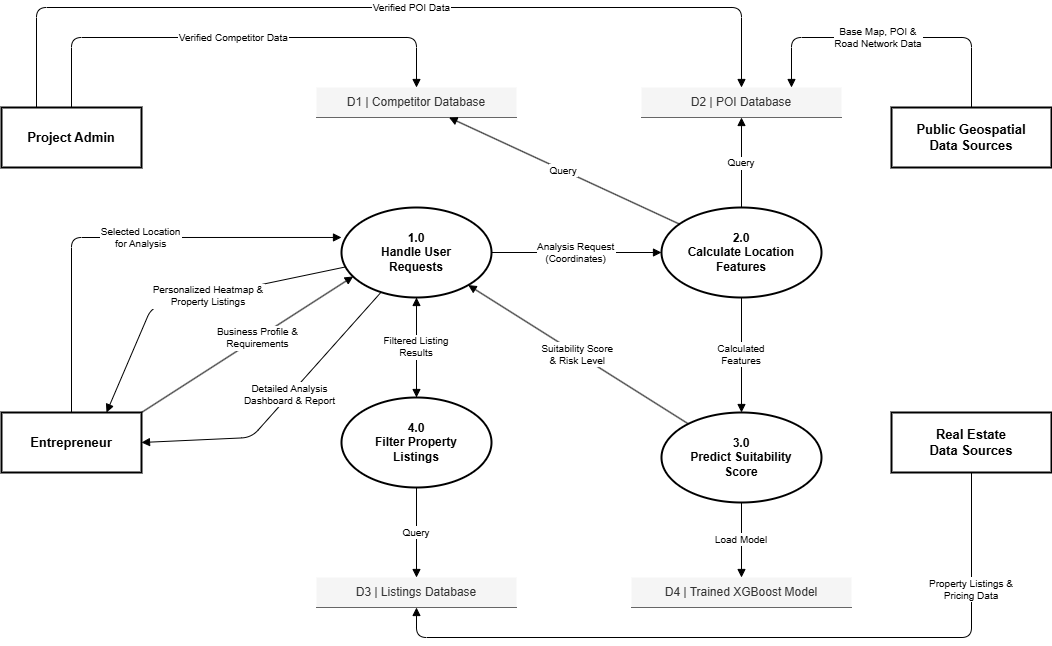
Before: img/Level1ContextDiagram.png, a diagram exported from draw.io (Sujalcha7/SiteX_Doc). Source tidied: cells renumbered, new cells last; positions are measured from the earlier drawing's top-left corner, leaving out a move shared by most shapes.
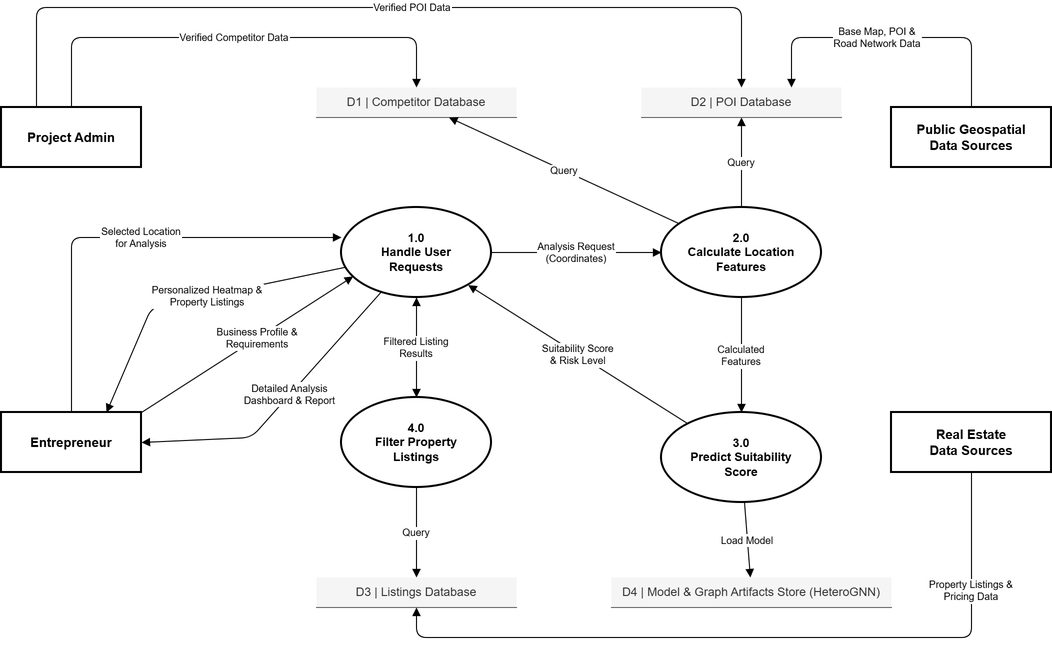
The same file after the commit.

The edit, as a diff of the source:
```diff
@@ -43,8 +43,8 @@
     <mxCell id="13" value="D3 | Listings Database" style="shape=partialRectangle;top=0;left=0;right=0;bottom=1;whiteSpace=wrap;strokeWidth=1;fontSize=12;fillColor=#f5f5f5;strokeColor=#666666;fontColor=#333333;" parent="1" vertex="1">
       <mxGeometry x="315" y="570" width="200" height="30" as="geometry" />
     </mxCell>
-    <mxCell id="14" value="D4 | Trained XGBoost Model" style="shape=partialRectangle;top=0;left=0;right=0;bottom=1;whiteSpace=wrap;strokeWidth=1;fontSize=12;fillColor=#f5f5f5;strokeColor=#666666;fontColor=#333333;" parent="1" vertex="1">
-      <mxGeometry x="630" y="570" width="220" height="30" as="geometry" />
+    <mxCell id="14" value="D4 | Model &amp; Graph Artifacts Store (HeteroGNN)" style="shape=partialRectangle;top=0;left=0;right=0;bottom=1;whiteSpace=wrap;strokeWidth=1;fontSize=12;fillColor=#f5f5f5;strokeColor=#666666;fontColor=#333333;" parent="1" vertex="1">
+      <mxGeometry x="610" y="570" width="280" height="30" as="geometry" />
     </mxCell>
     <mxCell id="15" value="Business Profile &amp;&#10;Requirements" style="endArrow=block;endFill=1;strokeWidth=1;fontSize=10;exitX=1;exitY=0;exitDx=0;exitDy=0;entryX=0.078;entryY=0.766;entryDx=0;entryDy=0;entryPerimeter=0;" parent="1" edge="1" source="3" target="7">
       <mxGeometry x="0.1" relative="1" as="geometry" />
```
